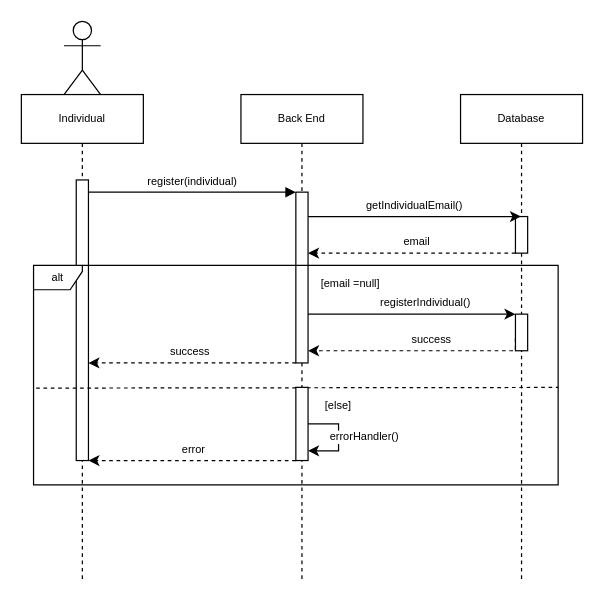
SeeN-Zero/foundlunteer-diagram keeps this draw.io diagram as diagram/Untitled Diagram.drawio. Above is the earlier version. Source tidied: cells renumbered, new cells numbered last; positions are measured from the earlier drawing's top-left corner, leaving out a move shared by most shapes. Both pictures are drawn from the tidied source at 122%, with x=0, y=0 at pixel (21, 21).
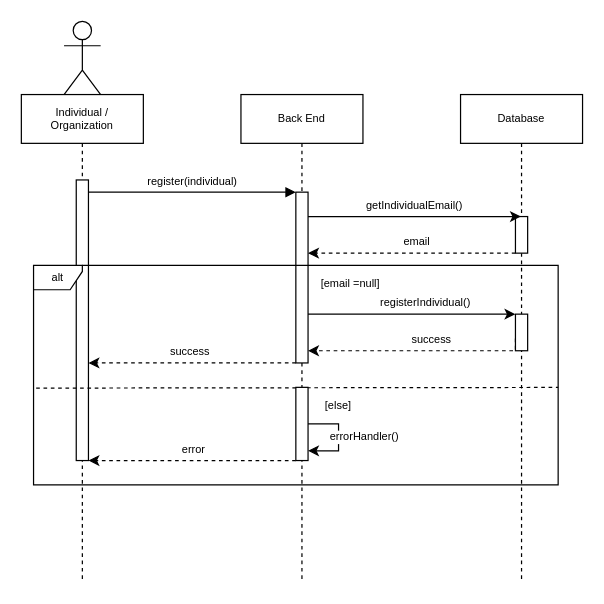
After the change.

Diff of the diagram source:
```diff
@@
-    <mxCell id="2" value="Individual" style="shape=umlLifeline;perimeter=lifelinePerimeter;whiteSpace=wrap;html=1;newEdgeStyle={&quot;edgeStyle&quot;:&quot;elbowEdgeStyle&quot;,&quot;elbow&quot;:&quot;vertical&quot;,&quot;curved&quot;:0,&quot;rounded&quot;:0};fontSize=9;" parent="1" vertex="1">
+    <mxCell id="2" value="Individual / &lt;br&gt;Organization" style="shape=umlLifeline;perimeter=lifelinePerimeter;whiteSpace=wrap;html=1;newEdgeStyle={&quot;edgeStyle&quot;:&quot;elbowEdgeStyle&quot;,&quot;elbow&quot;:&quot;vertical&quot;,&quot;curved&quot;:0,&quot;rounded&quot;:0};fontSize=9;" parent="1" vertex="1">
       <mxGeometry y="60" width="100" height="400" as="geometry" />
     </mxCell>
```
